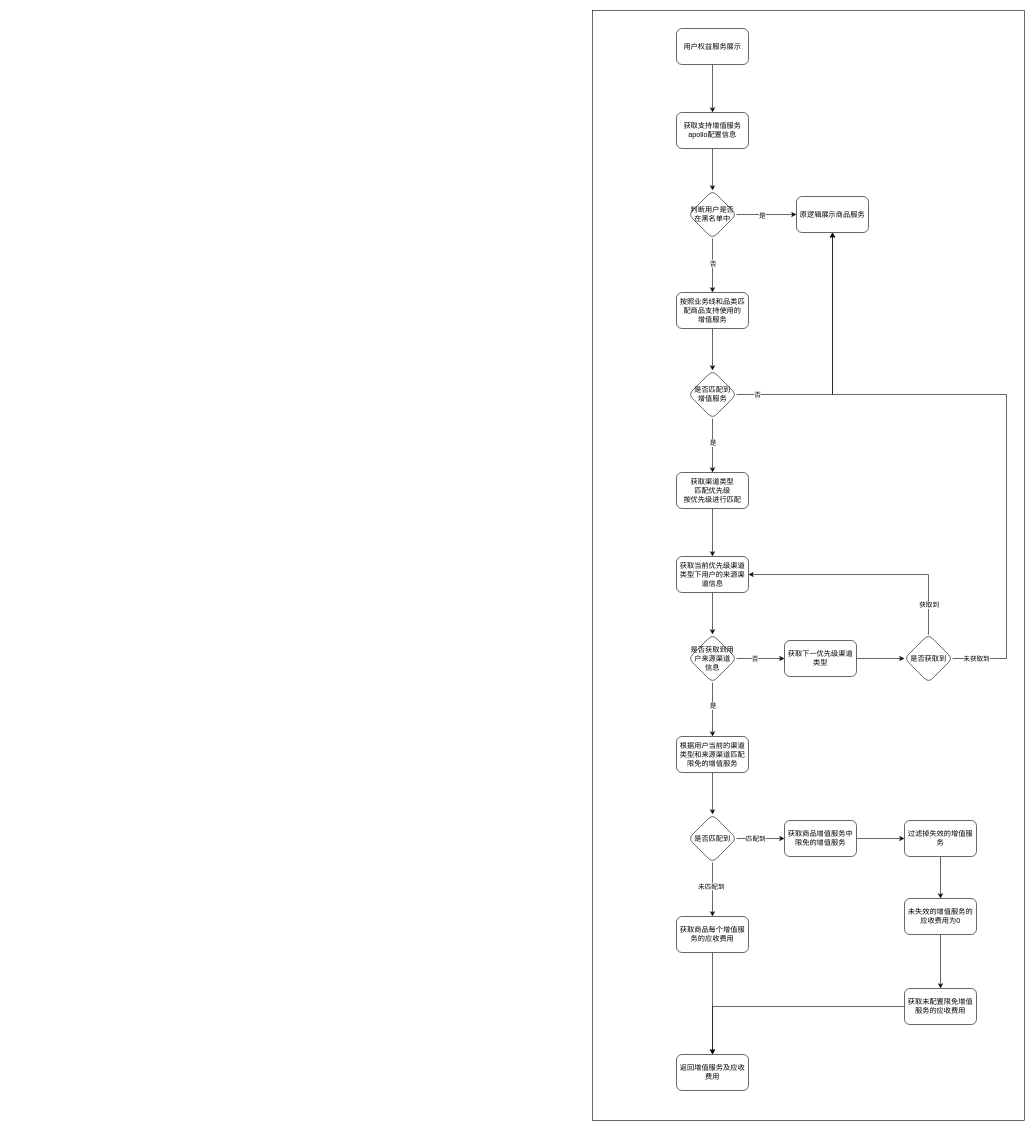
Earlier version of the draw.io diagram page "第 9 页" (9 of 11) of 卖场/未命名绘图.drawio (lxcy-kdz/draw). Source tidied: cells renumbered, new cells numbered last; positions are measured from the earlier drawing's top-left corner, leaving out a move shared by most shapes. Both pictures are drawn from the tidied source at 60%, with x=0, y=0 at pixel (592, 10).
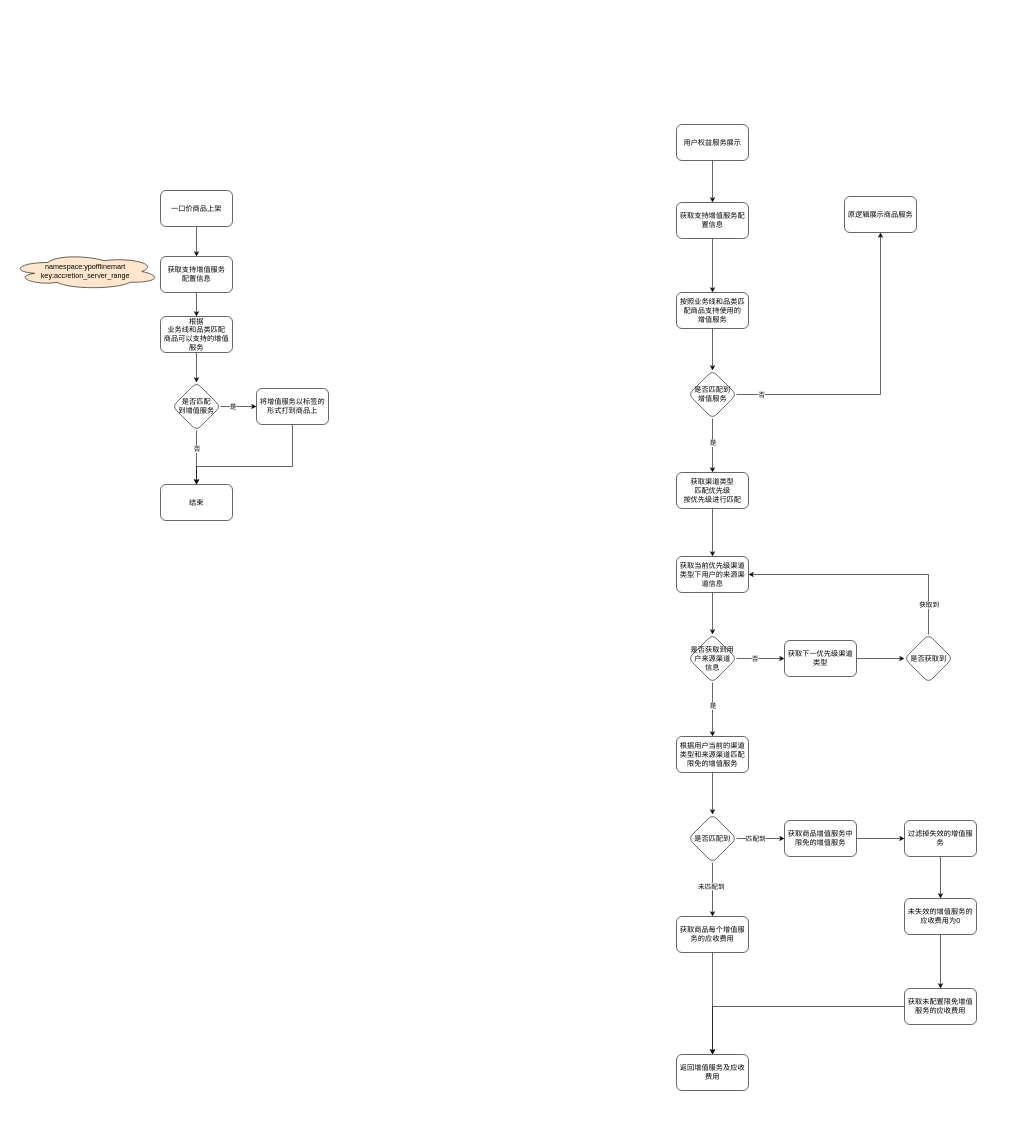
The same page after the edit.

Commit message:
更新未命名绘图.drawio

Unchanged cells that the change refers to:
```xml
<mxCell id="14" value="按照业务线和品类匹配商品支持使用的&lt;div&gt;增值服务&lt;/div&gt;" style="whiteSpace=wrap;html=1;rounded=1;" parent="1" vertex="1">
  <mxGeometry x="140" y="470" width="120" height="60" as="geometry" />
</mxCell>
<mxCell id="35" value="是否获取到" style="rhombus;whiteSpace=wrap;html=1;rounded=1;" parent="1" vertex="1">
  <mxGeometry x="520" y="1040" width="80" height="80" as="geometry" />
</mxCell>
```

Change to the diagram source:
```diff
@@
-    <mxCell id="2" style="rounded=0;whiteSpace=wrap;html=1;" parent="1" vertex="1">
-      <mxGeometry width="720" height="1850" as="geometry" />
-    </mxCell>
@@
     <mxCell id="4" value="用户权益服务展示" style="rounded=1;whiteSpace=wrap;html=1;" parent="1" vertex="1">
-      <mxGeometry x="140" y="30" width="120" height="60" as="geometry" />
+      <mxGeometry x="140" y="190" width="120" height="60" as="geometry" />
     </mxCell>
-    <mxCell id="5" style="edgeStyle=orthogonalEdgeStyle;rounded=0;jettySize=auto;html=1;" parent="1" edge="1" source="6" target="11">
+    <mxCell id="5" style="edgeStyle=orthogonalEdgeStyle;rounded=0;jettySize=auto;html=1;entryX=0.5;entryY=0;entryDx=0;entryDy=0;" parent="1" edge="1" source="6" target="14">
       <mxGeometry relative="1" as="geometry" />
     </mxCell>
-    <mxCell id="6" value="获取支持增值服务apollo配置信息" style="whiteSpace=wrap;html=1;rounded=1;" parent="1" vertex="1">
-      <mxGeometry x="140" y="170" width="120" height="60" as="geometry" />
+    <mxCell id="6" value="获取支持增值服务配置信息" style="whiteSpace=wrap;html=1;rounded=1;" parent="1" vertex="1">
+      <mxGeometry x="140" y="320" width="120" height="60" as="geometry" />
     </mxCell>
-    <mxCell id="7" style="edgeStyle=orthogonalEdgeStyle;rounded=0;jettySize=auto;html=1;" parent="1" edge="1" source="11" target="12">
-      <mxGeometry relative="1" as="geometry" />
-    </mxCell>
-    <mxCell id="8" value="是" style="edgeLabel;html=1;align=center;verticalAlign=middle;" parent="7" vertex="1">
-      <mxGeometry x="-0.16" y="-1" relative="1" as="geometry" />
-    </mxCell>
-    <mxCell id="9" style="edgeStyle=orthogonalEdgeStyle;rounded=0;jettySize=auto;html=1;" parent="1" edge="1" source="11" target="14">
-      <mxGeometry relative="1" as="geometry" />
-    </mxCell>
-    <mxCell id="10" value="否" style="edgeLabel;html=1;align=center;verticalAlign=middle;" parent="9" vertex="1">
-      <mxGeometry x="-0.09" y="1" relative="1" as="geometry">
-        <mxPoint x="-1" as="offset" />
-      </mxGeometry>
-    </mxCell>
-    <mxCell id="11" value="判断用户是否&lt;div&gt;在黑名单中&lt;/div&gt;" style="rhombus;whiteSpace=wrap;html=1;rounded=1;" parent="1" vertex="1">
-      <mxGeometry x="160" y="300" width="80" height="80" as="geometry" />
-    </mxCell>
     <mxCell id="12" value="原逻辑展示商品服务" style="whiteSpace=wrap;html=1;rounded=1;" parent="1" vertex="1">
-      <mxGeometry x="340" y="310" width="120" height="60" as="geometry" />
+      <mxGeometry x="420" y="310" width="120" height="60" as="geometry" />
     </mxCell>
@@
-    <mxCell id="31" style="edgeStyle=orthogonalEdgeStyle;rounded=0;jettySize=auto;html=1;exitX=1;exitY=0.5;exitDx=0;exitDy=0;entryX=0.5;entryY=1;entryDx=0;entryDy=0;" parent="1" edge="1" source="35" target="12">
-      <mxGeometry relative="1" as="geometry">
-        <Array as="points">
-          <mxPoint x="690" y="1080" />
-          <mxPoint x="690" y="640" />
-          <mxPoint x="400" y="640" />
-        </Array>
-      </mxGeometry>
-    </mxCell>
-    <mxCell id="32" value="未获取到" style="edgeLabel;html=1;align=center;verticalAlign=middle;" parent="31" vertex="1">
-      <mxGeometry x="-0.95" y="1" relative="1" as="geometry">
-        <mxPoint x="12" y="1" as="offset" />
-      </mxGeometry>
-    </mxCell>
@@
+    <mxCell id="54" style="edgeStyle=orthogonalEdgeStyle;rounded=0;jettySize=auto;html=1;" parent="1" edge="1" source="55" target="57">
+      <mxGeometry relative="1" as="geometry" />
+    </mxCell>
+    <mxCell id="55" value="一口价商品上架" style="rounded=1;whiteSpace=wrap;html=1;" parent="1" vertex="1">
+      <mxGeometry x="-720" y="300" width="120" height="60" as="geometry" />
+    </mxCell>
+    <mxCell id="56" style="edgeStyle=orthogonalEdgeStyle;rounded=0;jettySize=auto;html=1;" parent="1" edge="1" source="57" target="59">
+      <mxGeometry relative="1" as="geometry" />
+    </mxCell>
+    <mxCell id="57" value="获取支持增值服务&lt;div&gt;配置信息&lt;/div&gt;" style="whiteSpace=wrap;html=1;rounded=1;" parent="1" vertex="1">
+      <mxGeometry x="-720" y="410" width="120" height="60" as="geometry" />
+    </mxCell>
+    <mxCell id="58" style="edgeStyle=orthogonalEdgeStyle;rounded=0;jettySize=auto;html=1;" parent="1" edge="1" source="59" target="62">
+      <mxGeometry relative="1" as="geometry" />
+    </mxCell>
+    <mxCell id="59" value="根据&lt;div&gt;业务线和品类匹配&lt;/div&gt;&lt;div&gt;商品可以支持的增值服务&lt;/div&gt;" style="whiteSpace=wrap;html=1;rounded=1;" parent="1" vertex="1">
+      <mxGeometry x="-720" y="510" width="120" height="60" as="geometry" />
+    </mxCell>
+    <mxCell id="60" style="edgeStyle=orthogonalEdgeStyle;rounded=0;jettySize=auto;html=1;" parent="1" edge="1" source="62" target="64">
+      <mxGeometry relative="1" as="geometry" />
+    </mxCell>
+    <mxCell id="8" value="是" style="edgeLabel;html=1;align=center;verticalAlign=middle;" parent="60" vertex="1">
+      <mxGeometry x="-0.13" y="2" relative="1" as="geometry">
+        <mxPoint x="-6" y="2" as="offset" />
+      </mxGeometry>
+    </mxCell>
+    <mxCell id="61" style="edgeStyle=orthogonalEdgeStyle;rounded=0;jettySize=auto;html=1;" parent="1" edge="1" source="62" target="65">
+      <mxGeometry relative="1" as="geometry" />
+    </mxCell>
+    <mxCell id="10" value="否" style="edgeLabel;html=1;align=center;verticalAlign=middle;" parent="61" vertex="1">
+      <mxGeometry x="-0.62" y="1" relative="1" as="geometry">
+        <mxPoint x="-1" y="13" as="offset" />
+      </mxGeometry>
+    </mxCell>
+    <mxCell id="62" value="是否匹配&lt;div&gt;到增值服务&lt;/div&gt;" style="rhombus;whiteSpace=wrap;html=1;rounded=1;" parent="1" vertex="1">
+      <mxGeometry x="-700" y="620" width="80" height="80" as="geometry" />
+    </mxCell>
+    <mxCell id="63" style="edgeStyle=orthogonalEdgeStyle;rounded=0;jettySize=auto;html=1;exitX=0.5;exitY=1;exitDx=0;exitDy=0;entryX=0.5;entryY=0;entryDx=0;entryDy=0;" parent="1" edge="1" source="64" target="65">
+      <mxGeometry relative="1" as="geometry">
+        <Array as="points">
+          <mxPoint x="-500" y="760" />
+          <mxPoint x="-660" y="760" />
+        </Array>
+      </mxGeometry>
+    </mxCell>
+    <mxCell id="64" value="将增值服务以标签的形式打到商品上" style="whiteSpace=wrap;html=1;rounded=1;" parent="1" vertex="1">
+      <mxGeometry x="-560" y="630" width="120" height="60" as="geometry" />
+    </mxCell>
+    <mxCell id="65" value="结束" style="whiteSpace=wrap;html=1;rounded=1;" parent="1" vertex="1">
+      <mxGeometry x="-720" y="790" width="120" height="60" as="geometry" />
+    </mxCell>
+    <mxCell id="66" value="&lt;div style=&quot;&quot;&gt;&lt;span style=&quot;background-color: initial;&quot;&gt;namespace:ypofflinemart&lt;/span&gt;&lt;/div&gt;&lt;span style=&quot;background-color: initial;&quot;&gt;&lt;div style=&quot;&quot;&gt;&lt;span style=&quot;background-color: initial;&quot;&gt;key:&lt;/span&gt;&lt;span style=&quot;background-color: initial;&quot;&gt;accretion_server_range&lt;/span&gt;&lt;/div&gt;&lt;/span&gt;" style="ellipse;shape=cloud;whiteSpace=wrap;html=1;fillColor=#FFE6CC;align=center;" parent="1" vertex="1">
+      <mxGeometry x="-970" y="405" width="250" height="60" as="geometry" />
+    </mxCell>
```
